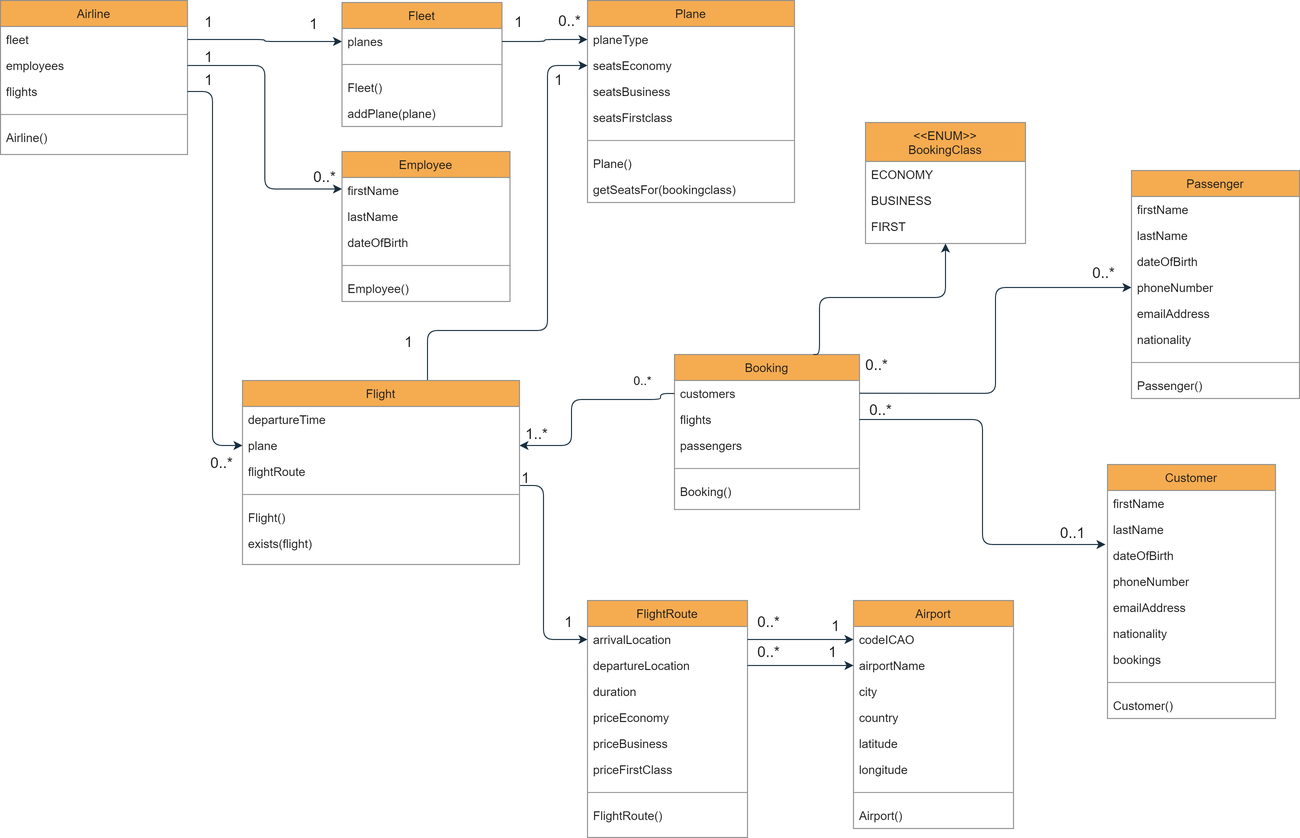
This is docs/classdiagramAirline.png from huict/prbed-2122-v2c-teamdit, a draw.io export, as it was before one commit. Source tidied: cells renumbered, new cells last; positions are measured from the earlier drawing's top-left corner, leaving out a move shared by most shapes.
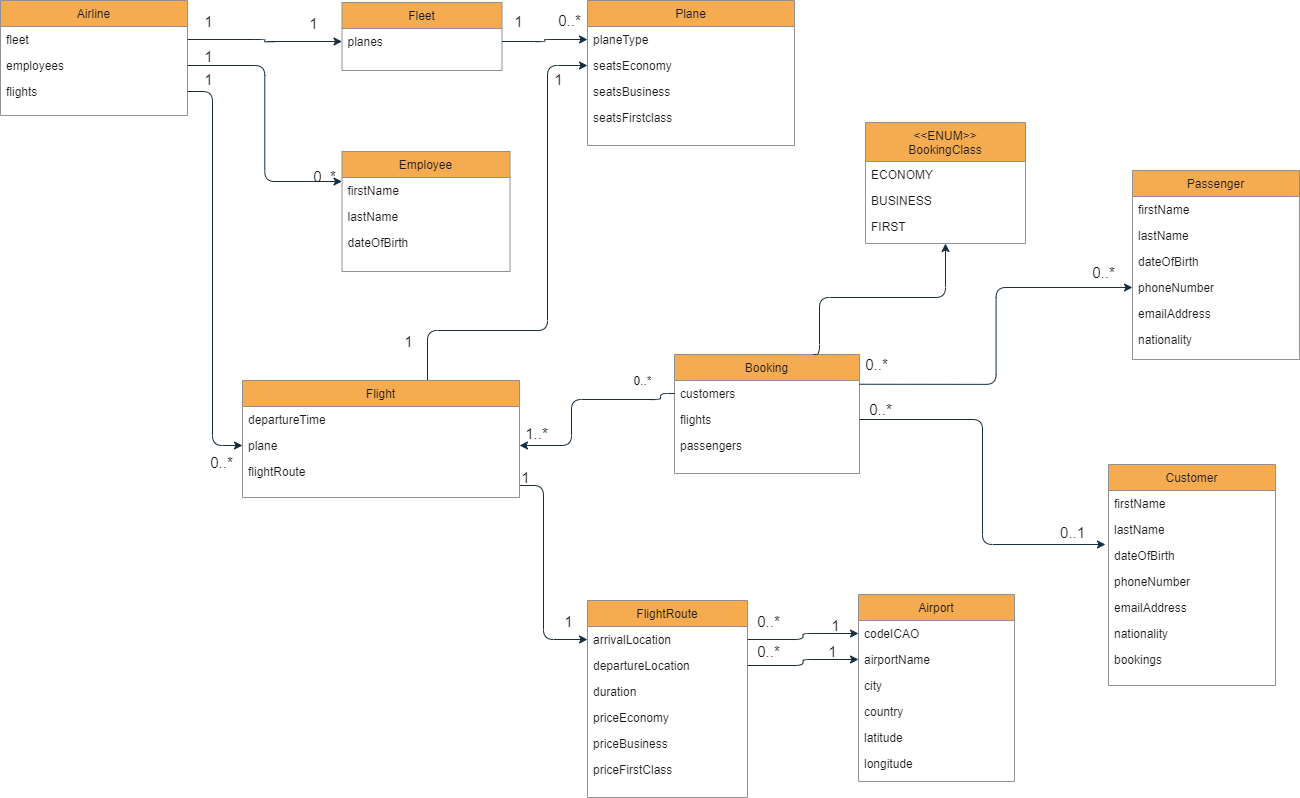
Later version of the same file.

Change to the diagram source:
```diff
@@ -3,7 +3,7 @@
     <mxCell id="0" />
     <mxCell id="1" parent="0" />
     <mxCell id="2" value="Airline" style="swimlane;fontStyle=0;align=center;verticalAlign=top;horizontal=1;startSize=26;shadow=0;strokeWidth=1;fillColor=#F5AB50;strokeColor=#909090;fontColor=#1A1A1A;" parent="1" vertex="1">
-      <mxGeometry width="187" height="154" as="geometry" />
+      <mxGeometry width="187" height="115" as="geometry" />
     </mxCell>
     <mxCell id="3" value="fleet" style="text;align=left;verticalAlign=top;spacingLeft=4;spacingRight=4;overflow=hidden;points=[[0,0.5],[1,0.5]];portConstraint=eastwest;shadow=0;html=0;fontColor=#1A1A1A;" parent="2" vertex="1">
       <mxGeometry y="26" width="187" height="26" as="geometry" />
@@ -14,14 +14,8 @@
     <mxCell id="5" value="flights" style="text;align=left;verticalAlign=top;spacingLeft=4;spacingRight=4;overflow=hidden;points=[[0,0.5],[1,0.5]];portConstraint=eastwest;shadow=0;html=0;fontColor=#1A1A1A;" parent="2" vertex="1">
       <mxGeometry y="78" width="187" height="26" as="geometry" />
     </mxCell>
-    <mxCell id="6" style="verticalLabelPosition=bottom;shadow=0;dashed=0;align=center;html=1;verticalAlign=top;strokeWidth=1;shape=mxgraph.mockup.markup.line;strokeColor=#999999;" parent="2" vertex="1">
-      <mxGeometry y="104" width="187" height="20" as="geometry" />
-    </mxCell>
-    <mxCell id="7" value="Airline()" style="text;align=left;verticalAlign=top;spacingLeft=4;spacingRight=4;overflow=hidden;shadow=0;html=0;fontColor=#1A1A1A;" parent="2" vertex="1">
-      <mxGeometry y="124" width="187" height="26" as="geometry" />
-    </mxCell>
     <mxCell id="8" value="Employee" style="swimlane;fontStyle=0;align=center;verticalAlign=top;horizontal=1;startSize=26;shadow=0;strokeWidth=1;fillColor=#F5AB50;strokeColor=#909090;fontColor=#1A1A1A;" parent="1" vertex="1">
-      <mxGeometry x="341.5" y="151" width="168" height="150" as="geometry" />
+      <mxGeometry x="341.5" y="151" width="168" height="120" as="geometry" />
     </mxCell>
     <mxCell id="9" value="firstName" style="text;align=left;verticalAlign=top;spacingLeft=4;spacingRight=4;overflow=hidden;fontColor=#1A1A1A;" parent="8" vertex="1">
       <mxGeometry y="26" width="168" height="26" as="geometry" />
@@ -32,29 +26,14 @@
     <mxCell id="11" value="dateOfBirth" style="text;align=left;verticalAlign=top;spacingLeft=4;spacingRight=4;overflow=hidden;shadow=0;html=0;fontColor=#1A1A1A;" parent="8" vertex="1">
       <mxGeometry y="78" width="168" height="26" as="geometry" />
     </mxCell>
-    <mxCell id="12" style="verticalLabelPosition=bottom;shadow=0;dashed=0;align=center;html=1;verticalAlign=top;strokeWidth=1;shape=mxgraph.mockup.markup.line;strokeColor=#999999;" parent="8" vertex="1">
-      <mxGeometry y="104" width="168" height="20" as="geometry" />
-    </mxCell>
-    <mxCell id="13" value="Employee()" style="text;align=left;verticalAlign=top;spacingLeft=4;spacingRight=4;overflow=hidden;shadow=0;html=0;fontColor=#1A1A1A;" parent="8" vertex="1">
-      <mxGeometry y="124" width="168" height="26" as="geometry" />
-    </mxCell>
     <mxCell id="14" value="Fleet" style="swimlane;fontStyle=0;align=center;verticalAlign=top;horizontal=1;startSize=26;shadow=0;strokeWidth=1;fillColor=#F5AB50;strokeColor=#909090;fontColor=#1A1A1A;" parent="1" vertex="1">
-      <mxGeometry x="341.5" y="2" width="160" height="124" as="geometry" />
+      <mxGeometry x="341.5" y="2" width="160" height="68" as="geometry" />
     </mxCell>
     <mxCell id="15" value="planes" style="text;align=left;verticalAlign=top;spacingLeft=4;spacingRight=4;overflow=hidden;points=[[0,0.5],[1,0.5]];portConstraint=eastwest;fontColor=#1A1A1A;" parent="14" vertex="1">
       <mxGeometry y="26" width="160" height="26" as="geometry" />
     </mxCell>
-    <mxCell id="16" style="verticalLabelPosition=bottom;shadow=0;dashed=0;align=center;html=1;verticalAlign=top;strokeWidth=1;shape=mxgraph.mockup.markup.line;strokeColor=#999999;" parent="14" vertex="1">
-      <mxGeometry y="52" width="160" height="20" as="geometry" />
-    </mxCell>
-    <mxCell id="17" value="Fleet()" style="text;align=left;verticalAlign=top;spacingLeft=4;spacingRight=4;overflow=hidden;shadow=0;html=0;fontColor=#1A1A1A;" parent="14" vertex="1">
-      <mxGeometry y="72" width="160" height="26" as="geometry" />
-    </mxCell>
-    <mxCell id="18" value="addPlane(plane)" style="text;align=left;verticalAlign=top;spacingLeft=4;spacingRight=4;overflow=hidden;shadow=0;html=0;fontColor=#1A1A1A;" parent="14" vertex="1">
-      <mxGeometry y="98" width="160" height="26" as="geometry" />
-    </mxCell>
     <mxCell id="19" value="Plane" style="swimlane;fontStyle=0;align=center;verticalAlign=top;horizontal=1;startSize=26;shadow=0;strokeWidth=1;fillColor=#F5AB50;strokeColor=#909090;fontColor=#1A1A1A;" parent="1" vertex="1">
-      <mxGeometry x="587" width="207" height="202" as="geometry" />
+      <mxGeometry x="587" width="207" height="145" as="geometry" />
     </mxCell>
     <mxCell id="20" value="planeType" style="text;align=left;verticalAlign=top;spacingLeft=4;spacingRight=4;overflow=hidden;points=[[0,0.5],[1,0.5]];portConstraint=eastwest;fontColor=#1A1A1A;" parent="19" vertex="1">
       <mxGeometry y="26" width="207" height="26" as="geometry" />
@@ -68,17 +47,8 @@
     <mxCell id="23" value="seatsFirstclass" style="text;align=left;verticalAlign=top;spacingLeft=4;spacingRight=4;overflow=hidden;shadow=0;html=0;fontColor=#1A1A1A;" parent="19" vertex="1">
       <mxGeometry y="104" width="207" height="26" as="geometry" />
     </mxCell>
-    <mxCell id="24" style="verticalLabelPosition=bottom;shadow=0;dashed=0;align=center;html=1;verticalAlign=top;strokeWidth=1;shape=mxgraph.mockup.markup.line;strokeColor=#999999;" parent="19" vertex="1">
-      <mxGeometry y="130" width="207" height="20" as="geometry" />
-    </mxCell>
-    <mxCell id="25" value="Plane()" style="text;align=left;verticalAlign=top;spacingLeft=4;spacingRight=4;overflow=hidden;shadow=0;html=0;fontColor=#1A1A1A;" parent="19" vertex="1">
-      <mxGeometry y="150" width="207" height="26" as="geometry" />
-    </mxCell>
-    <mxCell id="26" value="getSeatsFor(bookingclass)" style="text;align=left;verticalAlign=top;spacingLeft=4;spacingRight=4;overflow=hidden;shadow=0;html=0;fontColor=#1A1A1A;" parent="19" vertex="1">
-      <mxGeometry y="176" width="207" height="26" as="geometry" />
-    </mxCell>
     <mxCell id="27" value="Booking" style="swimlane;fontStyle=0;align=center;verticalAlign=top;horizontal=1;startSize=26;shadow=0;strokeWidth=1;fillColor=#F5AB50;strokeColor=#909090;fontColor=#1A1A1A;" parent="1" vertex="1">
-      <mxGeometry x="674" y="354" width="185" height="155" as="geometry" />
+      <mxGeometry x="674" y="354" width="185" height="119" as="geometry" />
     </mxCell>
     <mxCell id="28" value="customers" style="text;align=left;verticalAlign=top;spacingLeft=4;spacingRight=4;overflow=hidden;points=[[0,0.5],[1,0.5]];portConstraint=eastwest;fontColor=#1A1A1A;" parent="27" vertex="1">
       <mxGeometry y="26" width="185" height="26" as="geometry" />
@@ -89,12 +59,6 @@
     <mxCell id="30" value="passengers" style="text;align=left;verticalAlign=top;spacingLeft=4;spacingRight=4;overflow=hidden;fontColor=#1A1A1A;" parent="27" vertex="1">
       <mxGeometry y="78" width="185" height="26" as="geometry" />
     </mxCell>
-    <mxCell id="31" style="verticalLabelPosition=bottom;shadow=0;dashed=0;align=center;html=1;verticalAlign=top;strokeWidth=1;shape=mxgraph.mockup.markup.line;strokeColor=#999999;" parent="27" vertex="1">
-      <mxGeometry y="104" width="185" height="20" as="geometry" />
-    </mxCell>
-    <mxCell id="32" value="Booking()" style="text;align=left;verticalAlign=top;spacingLeft=4;spacingRight=4;overflow=hidden;fontColor=#1A1A1A;" parent="27" vertex="1">
-      <mxGeometry y="124" width="185" height="26" as="geometry" />
-    </mxCell>
     <mxCell id="33" style="edgeStyle=orthogonalEdgeStyle;jettySize=auto;html=1;entryX=0;entryY=0.5;entryDx=0;entryDy=0;fontSize=15;strokeColor=#182E3E;fontColor=#1A1A1A;labelBackgroundColor=#EEEEEE;" parent="1" edge="1" source="34" target="21">
       <mxGeometry relative="1" as="geometry">
         <Array as="points">
@@ -105,7 +69,7 @@
       </mxGeometry>
     </mxCell>
     <mxCell id="34" value="Flight" style="swimlane;fontStyle=0;align=center;verticalAlign=top;horizontal=1;startSize=26;shadow=0;strokeWidth=1;fillColor=#F5AB50;strokeColor=#909090;fontColor=#1A1A1A;" parent="1" vertex="1">
-      <mxGeometry x="242" y="380" width="277" height="184" as="geometry" />
+      <mxGeometry x="242" y="380" width="277" height="117" as="geometry" />
     </mxCell>
     <mxCell id="35" value="departureTime" style="text;align=left;verticalAlign=top;spacingLeft=4;spacingRight=4;overflow=hidden;fontColor=#1A1A1A;" parent="34" vertex="1">
       <mxGeometry y="26" width="277" height="26" as="geometry" />
@@ -116,17 +80,8 @@
     <mxCell id="37" value="flightRoute" style="text;align=left;verticalAlign=top;spacingLeft=4;spacingRight=4;overflow=hidden;points=[[0,0.5],[1,0.5]];portConstraint=eastwest;fontColor=#1A1A1A;" parent="34" vertex="1">
       <mxGeometry y="78" width="277" height="26" as="geometry" />
     </mxCell>
-    <mxCell id="38" style="verticalLabelPosition=bottom;shadow=0;dashed=0;align=center;html=1;verticalAlign=top;strokeWidth=1;shape=mxgraph.mockup.markup.line;strokeColor=#999999;" parent="34" vertex="1">
-      <mxGeometry y="104" width="277" height="20" as="geometry" />
-    </mxCell>
-    <mxCell id="39" value="Flight()" style="text;align=left;verticalAlign=top;spacingLeft=4;spacingRight=4;overflow=hidden;fontColor=#1A1A1A;" parent="34" vertex="1">
-      <mxGeometry y="124" width="277" height="26" as="geometry" />
-    </mxCell>
-    <mxCell id="40" value="exists(flight)" style="text;align=left;verticalAlign=top;spacingLeft=4;spacingRight=4;overflow=hidden;fontColor=#1A1A1A;" parent="34" vertex="1">
-      <mxGeometry y="150" width="277" height="26" as="geometry" />
-    </mxCell>
     <mxCell id="41" value="FlightRoute" style="swimlane;fontStyle=0;align=center;verticalAlign=top;horizontal=1;startSize=26;shadow=0;strokeWidth=1;fillColor=#F5AB50;strokeColor=#909090;fontColor=#1A1A1A;" parent="1" vertex="1">
-      <mxGeometry x="587" y="600" width="160" height="237" as="geometry" />
+      <mxGeometry x="587" y="600" width="160" height="197" as="geometry" />
     </mxCell>
     <mxCell id="42" value="arrivalLocation" style="text;align=left;verticalAlign=top;spacingLeft=4;spacingRight=4;overflow=hidden;points=[[0,0.5],[1,0.5]];portConstraint=eastwest;fontColor=#1A1A1A;" parent="41" vertex="1">
       <mxGeometry y="26" width="160" height="26" as="geometry" />
@@ -146,39 +101,27 @@
     <mxCell id="47" value="priceFirstClass" style="text;align=left;verticalAlign=top;spacingLeft=4;spacingRight=4;overflow=hidden;fontColor=#1A1A1A;" parent="41" vertex="1">
       <mxGeometry y="156" width="160" height="26" as="geometry" />
     </mxCell>
-    <mxCell id="48" style="verticalLabelPosition=bottom;shadow=0;dashed=0;align=center;html=1;verticalAlign=top;strokeWidth=1;shape=mxgraph.mockup.markup.line;strokeColor=#999999;" parent="41" vertex="1">
-      <mxGeometry y="182" width="160" height="20" as="geometry" />
-    </mxCell>
-    <mxCell id="49" value="FlightRoute()" style="text;align=left;verticalAlign=top;spacingLeft=4;spacingRight=4;overflow=hidden;fontColor=#1A1A1A;" parent="41" vertex="1">
-      <mxGeometry y="202" width="160" height="26" as="geometry" />
-    </mxCell>
     <mxCell id="50" value="Airport" style="swimlane;fontStyle=0;align=center;verticalAlign=top;horizontal=1;startSize=26;shadow=0;strokeWidth=1;fillColor=#F5AB50;strokeColor=#909090;fontColor=#1A1A1A;" parent="1" vertex="1">
-      <mxGeometry x="853" y="600" width="160" height="228" as="geometry" />
+      <mxGeometry x="858" y="594" width="156" height="187" as="geometry" />
     </mxCell>
     <mxCell id="51" value="codeICAO" style="text;align=left;verticalAlign=top;spacingLeft=4;spacingRight=4;overflow=hidden;points=[[0,0.5],[1,0.5]];portConstraint=eastwest;fontColor=#1A1A1A;" parent="50" vertex="1">
-      <mxGeometry y="26" width="160" height="26" as="geometry" />
+      <mxGeometry y="26" width="156" height="26" as="geometry" />
     </mxCell>
     <mxCell id="52" value="airportName" style="text;align=left;verticalAlign=top;spacingLeft=4;spacingRight=4;overflow=hidden;points=[[0,0.5],[1,0.5]];portConstraint=eastwest;fontColor=#1A1A1A;" parent="50" vertex="1">
-      <mxGeometry y="52" width="160" height="26" as="geometry" />
+      <mxGeometry y="52" width="156" height="26" as="geometry" />
     </mxCell>
     <mxCell id="53" value="city" style="text;align=left;verticalAlign=top;spacingLeft=4;spacingRight=4;overflow=hidden;fontColor=#1A1A1A;" parent="50" vertex="1">
-      <mxGeometry y="78" width="160" height="26" as="geometry" />
+      <mxGeometry y="78" width="156" height="26" as="geometry" />
     </mxCell>
     <mxCell id="54" value="country" style="text;align=left;verticalAlign=top;spacingLeft=4;spacingRight=4;overflow=hidden;fontColor=#1A1A1A;" parent="50" vertex="1">
-      <mxGeometry y="104" width="160" height="26" as="geometry" />
+      <mxGeometry y="104" width="156" height="26" as="geometry" />
     </mxCell>
     <mxCell id="55" value="latitude" style="text;align=left;verticalAlign=top;spacingLeft=4;spacingRight=4;overflow=hidden;fontColor=#1A1A1A;" parent="50" vertex="1">
-      <mxGeometry y="130" width="160" height="26" as="geometry" />
+      <mxGeometry y="130" width="156" height="26" as="geometry" />
     </mxCell>
     <mxCell id="56" value="longitude" style="text;align=left;verticalAlign=top;spacingLeft=4;spacingRight=4;overflow=hidden;fontColor=#1A1A1A;" parent="50" vertex="1">
-      <mxGeometry y="156" width="160" height="26" as="geometry" />
+      <mxGeometry y="156" width="156" height="26" as="geometry" />
     </mxCell>
-    <mxCell id="57" style="verticalLabelPosition=bottom;shadow=0;dashed=0;align=center;html=1;verticalAlign=top;strokeWidth=1;shape=mxgraph.mockup.markup.line;strokeColor=#999999;" parent="50" vertex="1">
-      <mxGeometry y="182" width="160" height="20" as="geometry" />
-    </mxCell>
-    <mxCell id="58" value="Airport()" style="text;align=left;verticalAlign=top;spacingLeft=4;spacingRight=4;overflow=hidden;fontColor=#1A1A1A;" parent="50" vertex="1">
-      <mxGeometry y="202" width="160" height="26" as="geometry" />
-    </mxCell>
     <mxCell id="59" style="edgeStyle=orthogonalEdgeStyle;jettySize=auto;html=1;entryX=0;entryY=0.5;entryDx=0;entryDy=0;exitX=1;exitY=0.5;exitDx=0;exitDy=0;strokeColor=#182E3E;fontColor=#1A1A1A;labelBackgroundColor=#EEEEEE;" parent="1" edge="1" source="3" target="15">
       <mxGeometry relative="1" as="geometry" />
     </mxCell>
@@ -305,32 +248,26 @@
       </mxGeometry>
     </mxCell>
     <mxCell id="87" value="Passenger" style="swimlane;fontStyle=0;align=center;verticalAlign=top;horizontal=1;startSize=26;shadow=0;strokeWidth=1;fillColor=#F5AB50;strokeColor=#909090;fontColor=#1A1A1A;" parent="1" vertex="1">
-      <mxGeometry x="1131" y="170" width="168" height="228" as="geometry" />
+      <mxGeometry x="1132" y="170" width="167" height="189" as="geometry" />
     </mxCell>
     <mxCell id="88" value="firstName" style="text;align=left;verticalAlign=top;spacingLeft=4;spacingRight=4;overflow=hidden;fontColor=#1A1A1A;" parent="87" vertex="1">
-      <mxGeometry y="26" width="168" height="26" as="geometry" />
+      <mxGeometry y="26" width="167" height="26" as="geometry" />
     </mxCell>
     <mxCell id="89" value="lastName" style="text;align=left;verticalAlign=top;spacingLeft=4;spacingRight=4;overflow=hidden;fontColor=#1A1A1A;" parent="87" vertex="1">
-      <mxGeometry y="52" width="168" height="26" as="geometry" />
+      <mxGeometry y="52" width="167" height="26" as="geometry" />
     </mxCell>
     <mxCell id="90" value="dateOfBirth" style="text;align=left;verticalAlign=top;spacingLeft=4;spacingRight=4;overflow=hidden;fontColor=#1A1A1A;" parent="87" vertex="1">
-      <mxGeometry y="78" width="168" height="26" as="geometry" />
+      <mxGeometry y="78" width="167" height="26" as="geometry" />
     </mxCell>
     <mxCell id="91" value="phoneNumber" style="text;align=left;verticalAlign=top;spacingLeft=4;spacingRight=4;overflow=hidden;points=[[0,0.5],[1,0.5]];portConstraint=eastwest;fontColor=#1A1A1A;" parent="87" vertex="1">
-      <mxGeometry y="104" width="168" height="26" as="geometry" />
+      <mxGeometry y="104" width="167" height="26" as="geometry" />
     </mxCell>
     <mxCell id="92" value="emailAddress" style="text;align=left;verticalAlign=top;spacingLeft=4;spacingRight=4;overflow=hidden;fontColor=#1A1A1A;" parent="87" vertex="1">
-      <mxGeometry y="130" width="168" height="26" as="geometry" />
+      <mxGeometry y="130" width="167" height="26" as="geometry" />
     </mxCell>
     <mxCell id="93" value="nationality" style="text;align=left;verticalAlign=top;spacingLeft=4;spacingRight=4;overflow=hidden;fontColor=#1A1A1A;" parent="87" vertex="1">
-      <mxGeometry y="156" width="168" height="26" as="geometry" />
+      <mxGeometry y="156" width="167" height="26" as="geometry" />
     </mxCell>
-    <mxCell id="94" style="verticalLabelPosition=bottom;shadow=0;dashed=0;align=center;html=1;verticalAlign=top;strokeWidth=1;shape=mxgraph.mockup.markup.line;strokeColor=#999999;" parent="87" vertex="1">
-      <mxGeometry y="182" width="168" height="20" as="geometry" />
-    </mxCell>
-    <mxCell id="95" value="Passenger()" style="text;align=left;verticalAlign=top;spacingLeft=4;spacingRight=4;overflow=hidden;fontColor=#1A1A1A;" parent="87" vertex="1">
-      <mxGeometry y="202" width="168" height="26" as="geometry" />
-    </mxCell>
     <mxCell id="96" value="&lt;font color=&quot;#080808&quot;&gt;0..*&lt;/font&gt;" style="text;html=1;align=center;verticalAlign=middle;strokeColor=none;" parent="1" vertex="1">
       <mxGeometry x="628" y="371" width="28" height="18" as="geometry" />
     </mxCell>
@@ -368,34 +305,28 @@
       </mxGeometry>
     </mxCell>
     <mxCell id="105" value="Customer" style="swimlane;fontStyle=0;align=center;verticalAlign=top;horizontal=1;startSize=26;shadow=0;strokeWidth=1;fillColor=#F5AB50;strokeColor=#909090;fontColor=#1A1A1A;" parent="1" vertex="1">
-      <mxGeometry x="1107" y="464" width="168" height="254" as="geometry" />
+      <mxGeometry x="1108" y="464" width="167" height="221" as="geometry" />
     </mxCell>
     <mxCell id="106" value="firstName" style="text;align=left;verticalAlign=top;spacingLeft=4;spacingRight=4;overflow=hidden;fontColor=#1A1A1A;" parent="105" vertex="1">
-      <mxGeometry y="26" width="168" height="26" as="geometry" />
+      <mxGeometry y="26" width="167" height="26" as="geometry" />
     </mxCell>
     <mxCell id="107" value="lastName" style="text;align=left;verticalAlign=top;spacingLeft=4;spacingRight=4;overflow=hidden;fontColor=#1A1A1A;" parent="105" vertex="1">
-      <mxGeometry y="52" width="168" height="26" as="geometry" />
+      <mxGeometry y="52" width="167" height="26" as="geometry" />
     </mxCell>
     <mxCell id="108" value="dateOfBirth" style="text;align=left;verticalAlign=top;spacingLeft=4;spacingRight=4;overflow=hidden;fontColor=#1A1A1A;" parent="105" vertex="1">
-      <mxGeometry y="78" width="168" height="26" as="geometry" />
+      <mxGeometry y="78" width="167" height="26" as="geometry" />
     </mxCell>
     <mxCell id="109" value="phoneNumber" style="text;align=left;verticalAlign=top;spacingLeft=4;spacingRight=4;overflow=hidden;fontColor=#1A1A1A;" parent="105" vertex="1">
-      <mxGeometry y="104" width="168" height="26" as="geometry" />
+      <mxGeometry y="104" width="167" height="26" as="geometry" />
     </mxCell>
     <mxCell id="110" value="emailAddress" style="text;align=left;verticalAlign=top;spacingLeft=4;spacingRight=4;overflow=hidden;fontColor=#1A1A1A;" parent="105" vertex="1">
-      <mxGeometry y="130" width="168" height="26" as="geometry" />
+      <mxGeometry y="130" width="167" height="26" as="geometry" />
     </mxCell>
     <mxCell id="111" value="nationality" style="text;align=left;verticalAlign=top;spacingLeft=4;spacingRight=4;overflow=hidden;fontColor=#1A1A1A;" parent="105" vertex="1">
-      <mxGeometry y="156" width="168" height="26" as="geometry" />
+      <mxGeometry y="156" width="167" height="26" as="geometry" />
     </mxCell>
     <mxCell id="112" value="bookings" style="text;align=left;verticalAlign=top;spacingLeft=4;spacingRight=4;overflow=hidden;fontColor=#1A1A1A;" parent="105" vertex="1">
-      <mxGeometry y="182" width="168" height="26" as="geometry" />
+      <mxGeometry y="182" width="167" height="26" as="geometry" />
     </mxCell>
-    <mxCell id="113" style="verticalLabelPosition=bottom;shadow=0;dashed=0;align=center;html=1;verticalAlign=top;strokeWidth=1;shape=mxgraph.mockup.markup.line;strokeColor=#999999;" parent="105" vertex="1">
-      <mxGeometry y="208" width="168" height="20" as="geometry" />
-    </mxCell>
-    <mxCell id="114" value="Customer()" style="text;align=left;verticalAlign=top;spacingLeft=4;spacingRight=4;overflow=hidden;fontColor=#1A1A1A;" parent="105" vertex="1">
-      <mxGeometry y="228" width="168" height="26" as="geometry" />
-    </mxCell>
   </root>
 </mxGraphModel>
```
